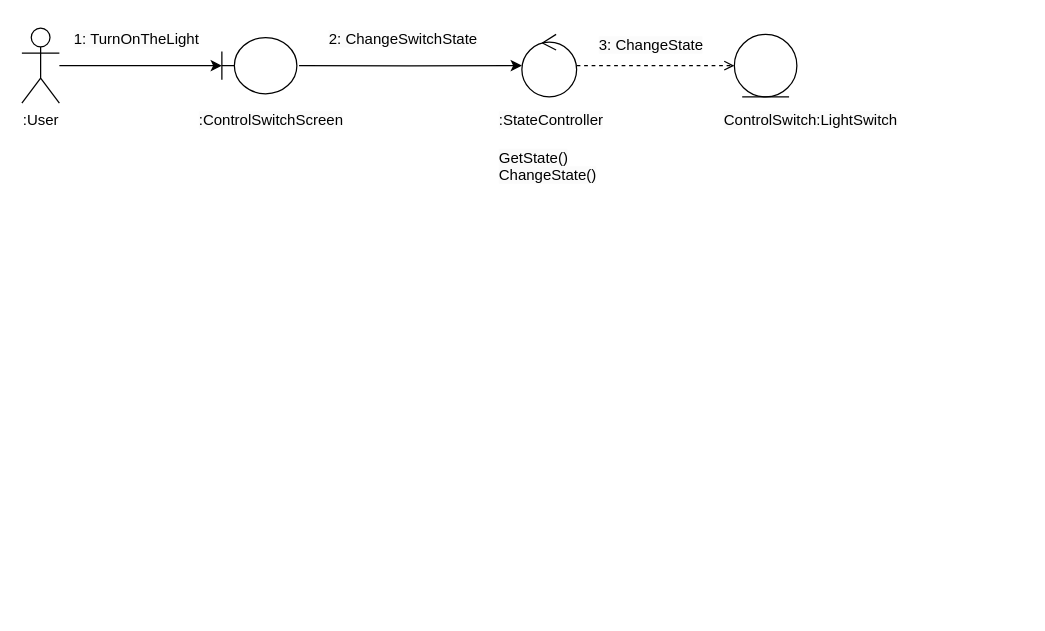
The draw.io diagram LAB2/DiagramAnalysis.drawio in tireks/OOAP, before the edit. Source tidied: cells renumbered, new cells numbered last; positions are measured from the earlier drawing's top-left corner, leaving out a move shared by most shapes. Both pictures are drawn from the tidied source at 125%, with x=0, y=0 at pixel (21, 21).
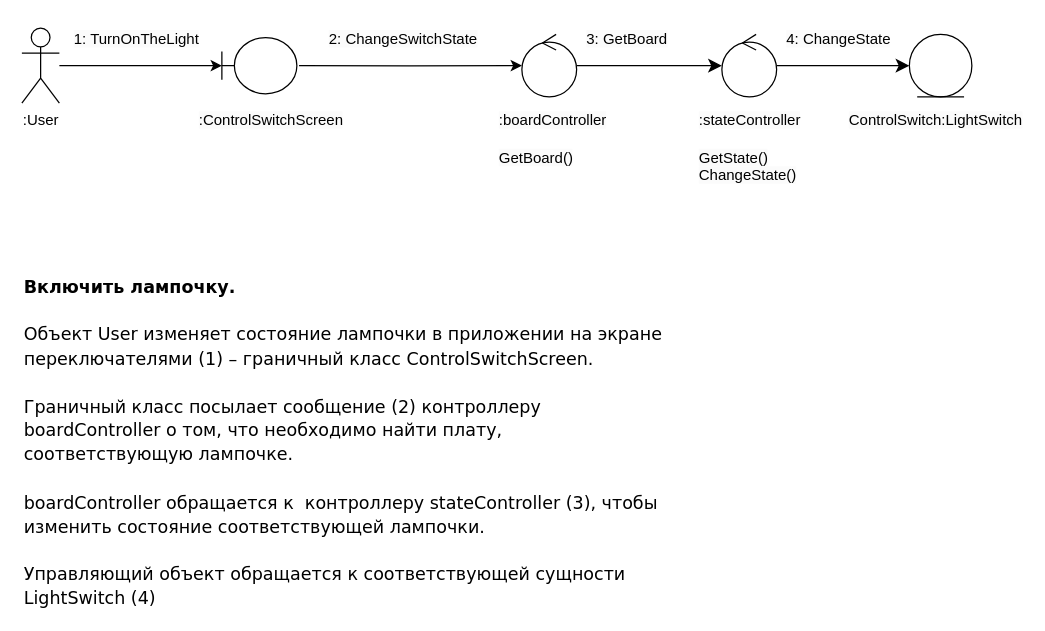
The same diagram, later.

Unchanged cells that the change refers to:
```xml
<mxCell id="7" style="ellipse;shape=umlControl;whiteSpace=wrap;html=1;" parent="1" vertex="1">
  <mxGeometry x="400" y="10" width="43.8" height="50" as="geometry" />
</mxCell>
```

The edit, as a diff of the source:
```diff
@@
     <mxCell id="5" style="ellipse;shape=umlEntity;whiteSpace=wrap;html=1;" parent="1" vertex="1">
-      <mxGeometry x="570" y="10" width="50" height="50" as="geometry" />
+      <mxGeometry x="710" y="10" width="50" height="50" as="geometry" />
     </mxCell>
-    <mxCell id="6" style="edgeStyle=orthogonalEdgeStyle;rounded=0;jettySize=auto;html=1;endArrow=open;endFill=0;dashed=1;" parent="1" edge="1" source="7" target="5">
-      <mxGeometry relative="1" as="geometry" />
-    </mxCell>
+    <mxCell id="16" style="edgeStyle=none;curved=1;rounded=0;jettySize=auto;html=1;fontSize=12;startSize=8;endSize=8;" parent="1" edge="1" source="7" target="18">
+      <mxGeometry relative="1" as="geometry" />
+    </mxCell>
@@
-    <mxCell id="10" value="&lt;span style=&quot;color: rgb(0, 0, 0); font-family: Helvetica; font-size: 12px; font-style: normal; font-variant-ligatures: normal; font-variant-caps: normal; font-weight: 400; letter-spacing: normal; orphans: 2; text-align: center; text-indent: 0px; text-transform: none; widows: 2; word-spacing: 0px; -webkit-text-stroke-width: 0px; background-color: rgb(251, 251, 251); text-decoration-thickness: initial; text-decoration-style: initial; text-decoration-color: initial; float: none; display: inline !important;&quot;&gt;3: ChangeState&lt;/span&gt;" style="text;whiteSpace=wrap;html=1;" parent="1" vertex="1">
-      <mxGeometry x="460" y="5" width="130" height="30" as="geometry" />
+    <mxCell id="10" value="&lt;span style=&quot;color: rgb(0, 0, 0); font-family: Helvetica; font-size: 12px; font-style: normal; font-variant-ligatures: normal; font-variant-caps: normal; font-weight: 400; letter-spacing: normal; orphans: 2; text-align: center; text-indent: 0px; text-transform: none; widows: 2; word-spacing: 0px; -webkit-text-stroke-width: 0px; background-color: rgb(251, 251, 251); text-decoration-thickness: initial; text-decoration-style: initial; text-decoration-color: initial; float: none; display: inline !important;&quot;&gt;3: GetBoard&lt;/span&gt;" style="text;whiteSpace=wrap;html=1;" parent="1" vertex="1">
+      <mxGeometry x="450" width="130" height="30" as="geometry" />
     </mxCell>
@@
     <mxCell id="12" value="&lt;span style=&quot;color: rgb(0, 0, 0); font-family: Helvetica; font-size: 12px; font-style: normal; font-variant-ligatures: normal; font-variant-caps: normal; font-weight: 400; letter-spacing: normal; orphans: 2; text-align: center; text-indent: 0px; text-transform: none; widows: 2; word-spacing: 0px; -webkit-text-stroke-width: 0px; background-color: rgb(251, 251, 251); text-decoration-thickness: initial; text-decoration-style: initial; text-decoration-color: initial; float: none; display: inline !important;&quot;&gt;GetState()&lt;br&gt;ChangeState()&lt;br&gt;&lt;/span&gt;" style="text;whiteSpace=wrap;html=1;" parent="1" vertex="1">
-      <mxGeometry x="380" y="95" width="90" height="30" as="geometry" />
+      <mxGeometry x="540" y="95" width="90" height="30" as="geometry" />
     </mxCell>
@@
-    <mxCell id="14" value="&lt;span style=&quot;color: rgb(0, 0, 0); font-family: Helvetica; font-size: 12px; font-style: normal; font-variant-ligatures: normal; font-variant-caps: normal; font-weight: 400; letter-spacing: normal; orphans: 2; text-align: center; text-indent: 0px; text-transform: none; widows: 2; word-spacing: 0px; -webkit-text-stroke-width: 0px; background-color: rgb(251, 251, 251); text-decoration-thickness: initial; text-decoration-style: initial; text-decoration-color: initial; float: none; display: inline !important;&quot;&gt;:StateController&lt;/span&gt;" style="text;whiteSpace=wrap;html=1;" parent="1" vertex="1">
+    <mxCell id="14" value="&lt;span style=&quot;color: rgb(0, 0, 0); font-family: Helvetica; font-size: 12px; font-style: normal; font-variant-ligatures: normal; font-variant-caps: normal; font-weight: 400; letter-spacing: normal; orphans: 2; text-align: center; text-indent: 0px; text-transform: none; widows: 2; word-spacing: 0px; -webkit-text-stroke-width: 0px; background-color: rgb(251, 251, 251); text-decoration-thickness: initial; text-decoration-style: initial; text-decoration-color: initial; float: none; display: inline !important;&quot;&gt;:boardController&lt;/span&gt;" style="text;whiteSpace=wrap;html=1;" parent="1" vertex="1">
       <mxGeometry x="380" y="65" width="120" height="40" as="geometry" />
     </mxCell>
     <mxCell id="15" value="&lt;span style=&quot;color: rgb(0, 0, 0); font-family: Helvetica; font-size: 12px; font-style: normal; font-variant-ligatures: normal; font-variant-caps: normal; font-weight: 400; letter-spacing: normal; orphans: 2; text-align: center; text-indent: 0px; text-transform: none; widows: 2; word-spacing: 0px; -webkit-text-stroke-width: 0px; background-color: rgb(251, 251, 251); text-decoration-thickness: initial; text-decoration-style: initial; text-decoration-color: initial; float: none; display: inline !important;&quot;&gt;ControlSwitch:LightSwitch&lt;/span&gt;" style="text;whiteSpace=wrap;html=1;" parent="1" vertex="1">
-      <mxGeometry x="560" y="65" width="100" height="40" as="geometry" />
+      <mxGeometry x="660" y="65" width="100" height="40" as="geometry" />
     </mxCell>
+    <mxCell id="17" style="edgeStyle=none;curved=1;rounded=0;jettySize=auto;html=1;fontSize=12;startSize=8;endSize=8;" parent="1" edge="1" source="18" target="5">
+      <mxGeometry relative="1" as="geometry" />
+    </mxCell>
+    <mxCell id="18" style="ellipse;shape=umlControl;whiteSpace=wrap;html=1;" parent="1" vertex="1">
+      <mxGeometry x="560" y="10" width="43.8" height="50" as="geometry" />
+    </mxCell>
+    <mxCell id="19" value="&lt;span style=&quot;color: rgb(0, 0, 0); font-family: Helvetica; font-size: 12px; font-style: normal; font-variant-ligatures: normal; font-variant-caps: normal; font-weight: 400; letter-spacing: normal; orphans: 2; text-align: center; text-indent: 0px; text-transform: none; widows: 2; word-spacing: 0px; -webkit-text-stroke-width: 0px; background-color: rgb(251, 251, 251); text-decoration-thickness: initial; text-decoration-style: initial; text-decoration-color: initial; float: none; display: inline !important;&quot;&gt;4: ChangeState&lt;/span&gt;" style="text;whiteSpace=wrap;html=1;" parent="1" vertex="1">
+      <mxGeometry x="610" width="130" height="30" as="geometry" />
+    </mxCell>
+    <mxCell id="20" value="&lt;span style=&quot;color: rgb(0, 0, 0); font-family: Helvetica; font-size: 12px; font-style: normal; font-variant-ligatures: normal; font-variant-caps: normal; font-weight: 400; letter-spacing: normal; orphans: 2; text-align: center; text-indent: 0px; text-transform: none; widows: 2; word-spacing: 0px; -webkit-text-stroke-width: 0px; background-color: rgb(251, 251, 251); text-decoration-thickness: initial; text-decoration-style: initial; text-decoration-color: initial; float: none; display: inline !important;&quot;&gt;:stateController&lt;/span&gt;" style="text;whiteSpace=wrap;html=1;" parent="1" vertex="1">
+      <mxGeometry x="540" y="65" width="120" height="40" as="geometry" />
+    </mxCell>
+    <mxCell id="21" value="&lt;span style=&quot;color: rgb(0, 0, 0); font-family: Helvetica; font-size: 12px; font-style: normal; font-variant-ligatures: normal; font-variant-caps: normal; font-weight: 400; letter-spacing: normal; orphans: 2; text-align: center; text-indent: 0px; text-transform: none; widows: 2; word-spacing: 0px; -webkit-text-stroke-width: 0px; background-color: rgb(251, 251, 251); text-decoration-thickness: initial; text-decoration-style: initial; text-decoration-color: initial; float: none; display: inline !important;&quot;&gt;GetBoard()&lt;br&gt;&lt;/span&gt;" style="text;whiteSpace=wrap;html=1;" parent="1" vertex="1">
+      <mxGeometry x="380" y="95" width="90" height="30" as="geometry" />
+    </mxCell>
+    <mxCell id="22" value="&lt;font style=&quot;font-size: 14px;&quot;&gt;&lt;b&gt;Включить лампочку.&lt;/b&gt;&lt;br&gt;&lt;br&gt;Объект User изменяет состояние лампочки в приложении на экране переключателями (1) – граничный класс ControlSwitchScreen. &lt;br&gt;&lt;br&gt;Граничный класс посылает сообщение (2) контроллеру boardController о том, что необходимо найти плату, соответствующую лампочке.&lt;br&gt;&lt;br&gt;boardController обращается к&amp;nbsp; контроллеру stateController (3), чтобы изменить состояние соответствующей лампочки.&lt;br&gt;&lt;br&gt;Управляющий объект обращается к соответствующей сущности LightSwitch (4)&amp;nbsp;&lt;/font&gt;" style="text;strokeColor=none;fillColor=none;html=1;align=left;verticalAlign=top;whiteSpace=wrap;rounded=0;fontSize=16;fontFamily=Verdana;" parent="1" vertex="1">
+      <mxGeometry y="195" width="520" height="250" as="geometry" />
+    </mxCell>
```
